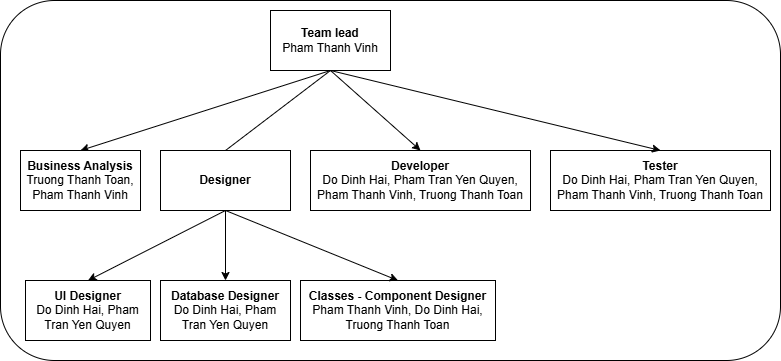
The draw.io diagram docs/management/sdp/organization.png in vicyan1611/BookLeaf, before a commit. Source tidied: cells renumbered, new cells last; positions are measured from the earlier drawing's top-left corner, leaving out a move shared by most shapes. The source it was exported from:
```xml
<mxGraphModel>
  <root>
    <mxCell id="0" />
    <mxCell id="1" parent="0" />
    <mxCell id="2" style="rounded=1;whiteSpace=wrap;html=1;" parent="1" vertex="1">
      <mxGeometry width="780" height="360" as="geometry" />
    </mxCell>
    <mxCell id="3" style="rounded=0;jettySize=auto;html=1;exitX=0.5;exitY=1;exitDx=0;exitDy=0;entryX=0.5;entryY=0;entryDx=0;entryDy=0;endArrow=classic;endFill=1;" parent="1" edge="1" source="4" target="5">
      <mxGeometry relative="1" as="geometry" />
    </mxCell>
    <mxCell id="4" value="&lt;b&gt;Team lead&lt;/b&gt;&lt;div&gt;Pham Thanh Vinh&lt;/div&gt;" style="rounded=0;whiteSpace=wrap;html=1;" parent="1" vertex="1">
      <mxGeometry x="270" y="10" width="120" height="60" as="geometry" />
    </mxCell>
    <mxCell id="5" value="&lt;b&gt;Business Analysis&lt;/b&gt;&lt;div&gt;Truong Thanh Toan, Pham Thanh Vinh&lt;/div&gt;" style="rounded=0;whiteSpace=wrap;html=1;" parent="1" vertex="1">
      <mxGeometry x="20" y="150" width="120" height="60" as="geometry" />
    </mxCell>
    <mxCell id="6" value="&lt;b&gt;UI Designer&lt;/b&gt;&lt;div&gt;Do Dinh Hai, Pham Tran Yen Quyen&lt;/div&gt;" style="rounded=0;whiteSpace=wrap;html=1;" parent="1" vertex="1">
      <mxGeometry x="25" y="280" width="125" height="60" as="geometry" />
    </mxCell>
    <mxCell id="7" value="&lt;b&gt;Database Designer&lt;/b&gt;&lt;br&gt;&lt;div&gt;Do Dinh Hai, Pham Tran Yen Quyen&lt;/div&gt;" style="rounded=0;whiteSpace=wrap;html=1;" parent="1" vertex="1">
      <mxGeometry x="160" y="280" width="130" height="60" as="geometry" />
    </mxCell>
    <mxCell id="8" value="&lt;b&gt;Classes - Component Designer&lt;/b&gt;&lt;br&gt;&lt;div&gt;Pham Thanh Vinh, Do Dinh Hai, Truong Thanh Toan&lt;/div&gt;" style="rounded=0;whiteSpace=wrap;html=1;" parent="1" vertex="1">
      <mxGeometry x="300" y="280" width="195" height="60" as="geometry" />
    </mxCell>
    <mxCell id="9" style="rounded=0;jettySize=auto;html=1;exitX=0.5;exitY=1;exitDx=0;exitDy=0;entryX=0.5;entryY=0;entryDx=0;entryDy=0;endArrow=classic;endFill=1;" parent="1" edge="1" source="12" target="6">
      <mxGeometry relative="1" as="geometry" />
    </mxCell>
    <mxCell id="10" style="rounded=0;jettySize=auto;html=1;exitX=0.5;exitY=1;exitDx=0;exitDy=0;entryX=0.5;entryY=0;entryDx=0;entryDy=0;endArrow=classic;endFill=1;" parent="1" edge="1" source="12" target="7">
      <mxGeometry relative="1" as="geometry" />
    </mxCell>
    <mxCell id="11" style="rounded=0;jettySize=auto;html=1;exitX=0.5;exitY=1;exitDx=0;exitDy=0;entryX=0.5;entryY=0;entryDx=0;entryDy=0;endArrow=classic;endFill=1;" parent="1" edge="1" source="12" target="8">
      <mxGeometry relative="1" as="geometry" />
    </mxCell>
    <mxCell id="12" value="&lt;b&gt;Designer&lt;/b&gt;" style="rounded=0;whiteSpace=wrap;html=1;" parent="1" vertex="1">
      <mxGeometry x="160" y="150" width="130" height="60" as="geometry" />
    </mxCell>
    <mxCell id="13" style="rounded=0;jettySize=auto;html=1;exitX=0.5;exitY=1;exitDx=0;exitDy=0;entryX=0.5;entryY=0;entryDx=0;entryDy=0;endArrow=none;endFill=0;" parent="1" edge="1" source="4" target="12">
      <mxGeometry relative="1" as="geometry" />
    </mxCell>
    <mxCell id="14" value="&lt;b&gt;Developer&lt;/b&gt;&lt;div&gt;Do Dinh Hai, Pham Tran Yen Quyen, Pham Thanh Vinh, Truong Thanh Toan&lt;/div&gt;" style="rounded=0;whiteSpace=wrap;html=1;" parent="1" vertex="1">
      <mxGeometry x="310" y="150" width="220" height="60" as="geometry" />
    </mxCell>
    <mxCell id="15" value="&lt;b&gt;Tester&lt;/b&gt;&lt;br&gt;&lt;div&gt;Do Dinh Hai, Pham Tran Yen Quyen, Pham Thanh Vinh, Truong Thanh Toan&lt;/div&gt;" style="rounded=0;whiteSpace=wrap;html=1;" parent="1" vertex="1">
      <mxGeometry x="550" y="150" width="220" height="60" as="geometry" />
    </mxCell>
    <mxCell id="16" style="rounded=0;jettySize=auto;html=1;exitX=0.5;exitY=1;exitDx=0;exitDy=0;entryX=0.5;entryY=0;entryDx=0;entryDy=0;endArrow=classic;endFill=1;" parent="1" edge="1" source="4" target="14">
      <mxGeometry relative="1" as="geometry" />
    </mxCell>
    <mxCell id="17" style="rounded=0;jettySize=auto;html=1;exitX=0.5;exitY=1;exitDx=0;exitDy=0;entryX=0.5;entryY=0;entryDx=0;entryDy=0;endArrow=classic;endFill=1;" parent="1" edge="1" source="4" target="15">
      <mxGeometry relative="1" as="geometry" />
    </mxCell>
  </root>
</mxGraphModel>
```
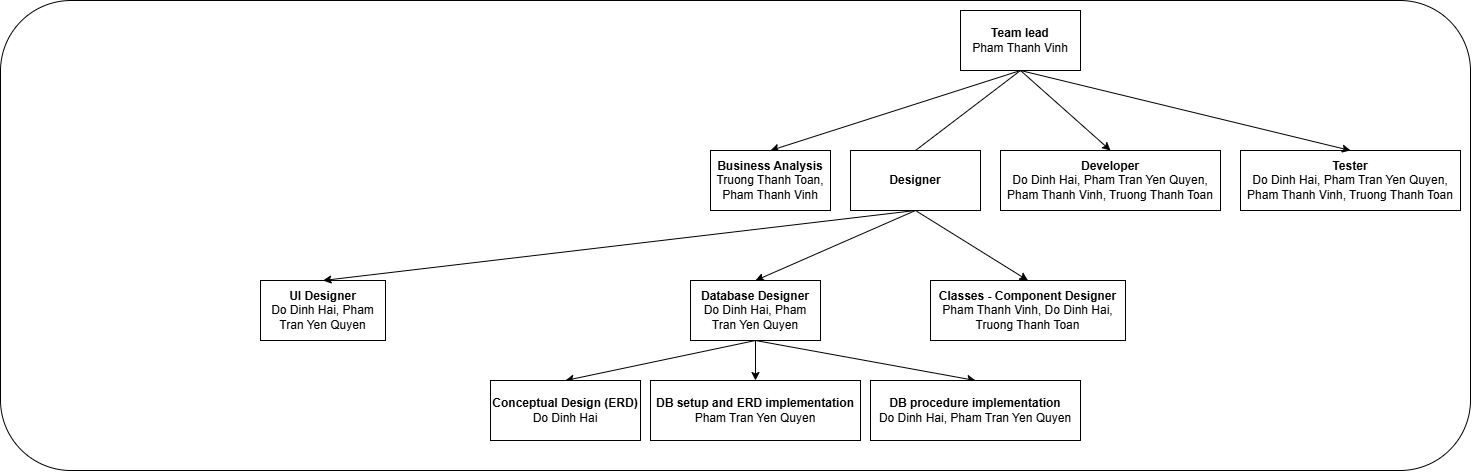
After the change.

Commit message:
update organization diagram

Change to the diagram source:
```diff
@@ -3,7 +3,7 @@
     <mxCell id="0" />
     <mxCell id="1" parent="0" />
     <mxCell id="2" style="rounded=1;whiteSpace=wrap;html=1;" parent="1" vertex="1">
-      <mxGeometry width="780" height="360" as="geometry" />
+      <mxGeometry x="-690" width="1470" height="470" as="geometry" />
     </mxCell>
     <mxCell id="3" style="rounded=0;jettySize=auto;html=1;exitX=0.5;exitY=1;exitDx=0;exitDy=0;entryX=0.5;entryY=0;entryDx=0;entryDy=0;endArrow=classic;endFill=1;" parent="1" edge="1" source="4" target="5">
       <mxGeometry relative="1" as="geometry" />
@@ -15,13 +15,22 @@
       <mxGeometry x="20" y="150" width="120" height="60" as="geometry" />
     </mxCell>
     <mxCell id="6" value="&lt;b&gt;UI Designer&lt;/b&gt;&lt;div&gt;Do Dinh Hai, Pham Tran Yen Quyen&lt;/div&gt;" style="rounded=0;whiteSpace=wrap;html=1;" parent="1" vertex="1">
-      <mxGeometry x="25" y="280" width="125" height="60" as="geometry" />
+      <mxGeometry x="-430" y="280" width="125" height="60" as="geometry" />
     </mxCell>
+    <mxCell id="18" style="rounded=0;jettySize=auto;html=1;exitX=0.5;exitY=1;exitDx=0;exitDy=0;entryX=0.5;entryY=0;entryDx=0;entryDy=0;" parent="1" edge="1" source="7" target="21">
+      <mxGeometry relative="1" as="geometry" />
+    </mxCell>
+    <mxCell id="19" style="rounded=0;jettySize=auto;html=1;exitX=0.5;exitY=1;exitDx=0;exitDy=0;entryX=0.5;entryY=0;entryDx=0;entryDy=0;" parent="1" edge="1" source="7" target="22">
+      <mxGeometry relative="1" as="geometry" />
+    </mxCell>
+    <mxCell id="20" style="rounded=0;jettySize=auto;html=1;exitX=0.5;exitY=1;exitDx=0;exitDy=0;entryX=0.5;entryY=0;entryDx=0;entryDy=0;" parent="1" edge="1" source="7" target="23">
+      <mxGeometry relative="1" as="geometry" />
+    </mxCell>
     <mxCell id="7" value="&lt;b&gt;Database Designer&lt;/b&gt;&lt;br&gt;&lt;div&gt;Do Dinh Hai, Pham Tran Yen Quyen&lt;/div&gt;" style="rounded=0;whiteSpace=wrap;html=1;" parent="1" vertex="1">
-      <mxGeometry x="160" y="280" width="130" height="60" as="geometry" />
+      <mxGeometry y="280" width="130" height="60" as="geometry" />
     </mxCell>
     <mxCell id="8" value="&lt;b&gt;Classes - Component Designer&lt;/b&gt;&lt;br&gt;&lt;div&gt;Pham Thanh Vinh, Do Dinh Hai, Truong Thanh Toan&lt;/div&gt;" style="rounded=0;whiteSpace=wrap;html=1;" parent="1" vertex="1">
-      <mxGeometry x="300" y="280" width="195" height="60" as="geometry" />
+      <mxGeometry x="240" y="280" width="195" height="60" as="geometry" />
     </mxCell>
     <mxCell id="9" style="rounded=0;jettySize=auto;html=1;exitX=0.5;exitY=1;exitDx=0;exitDy=0;entryX=0.5;entryY=0;entryDx=0;entryDy=0;endArrow=classic;endFill=1;" parent="1" edge="1" source="12" target="6">
       <mxGeometry relative="1" as="geometry" />
@@ -50,5 +59,14 @@
     <mxCell id="17" style="rounded=0;jettySize=auto;html=1;exitX=0.5;exitY=1;exitDx=0;exitDy=0;entryX=0.5;entryY=0;entryDx=0;entryDy=0;endArrow=classic;endFill=1;" parent="1" edge="1" source="4" target="15">
       <mxGeometry relative="1" as="geometry" />
     </mxCell>
+    <mxCell id="21" value="&lt;b&gt;Conceptual Design (ERD)&lt;/b&gt;&lt;div&gt;Do Dinh Hai&lt;/div&gt;" style="rounded=0;whiteSpace=wrap;html=1;" parent="1" vertex="1">
+      <mxGeometry x="-200" y="380" width="150" height="60" as="geometry" />
+    </mxCell>
+    <mxCell id="22" value="&lt;b&gt;DB setup and ERD implementation&lt;/b&gt;&lt;div&gt;Pham Tran Yen Quyen&lt;/div&gt;" style="rounded=0;whiteSpace=wrap;html=1;" parent="1" vertex="1">
+      <mxGeometry x="-40" y="380" width="210" height="60" as="geometry" />
+    </mxCell>
+    <mxCell id="23" value="&lt;b&gt;DB procedure implementation&lt;/b&gt;&lt;div&gt;Do Dinh Hai,&amp;nbsp;&lt;span style=&quot;background-color: initial;&quot;&gt;Pham Tran Yen Quyen&lt;/span&gt;&lt;/div&gt;" style="rounded=0;whiteSpace=wrap;html=1;" parent="1" vertex="1">
+      <mxGeometry x="180" y="380" width="210" height="60" as="geometry" />
+    </mxCell>
   </root>
 </mxGraphModel>
```
